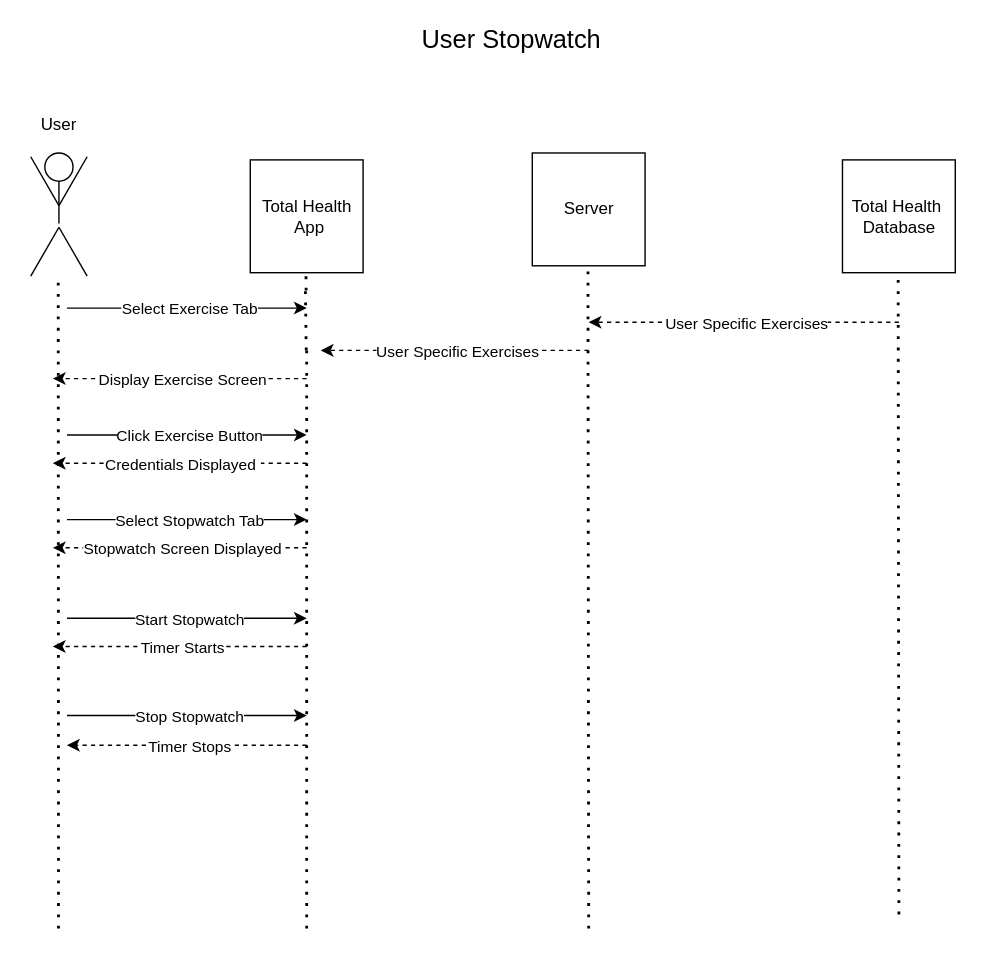
Before: Use Stopwatch FCSD.drawio in Esaied19/Team-Albatross, a draw.io diagram. Source tidied: cells renumbered, new cells numbered last; positions are measured from the earlier drawing's top-left corner, leaving out a move shared by most shapes. Both pictures are drawn from the tidied source at 141%, with x=0, y=0 at pixel (24, 25).
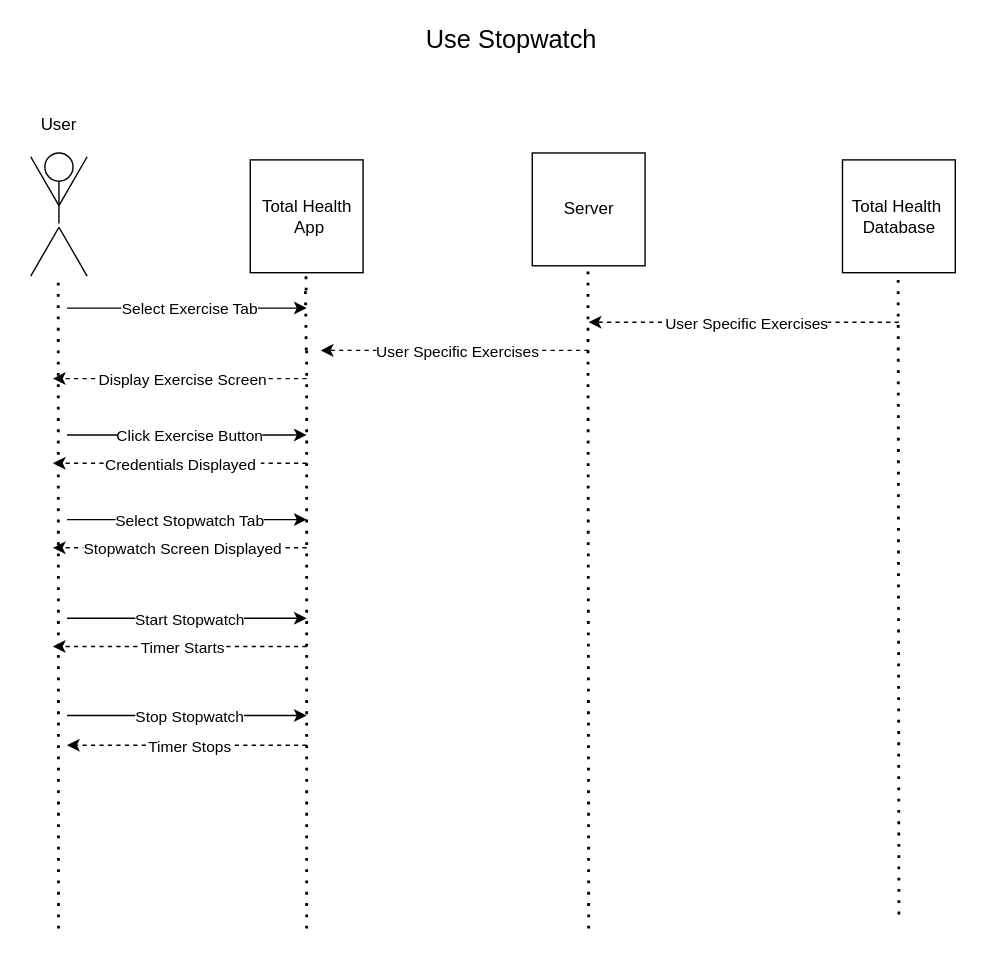
The same page after the edit.

What changed in the source:
```diff
@@
-    <mxCell id="26" value="&lt;font style=&quot;font-size: 18px&quot;&gt;User Stopwatch&lt;/font&gt;" style="text;html=1;align=center;verticalAlign=middle;fillColor=none;strokeColor=none;rounded=0;" parent="1" vertex="1">
+    <mxCell id="26" value="&lt;font style=&quot;font-size: 18px&quot;&gt;Use Stopwatch&lt;/font&gt;" style="text;html=1;align=center;verticalAlign=middle;fillColor=none;strokeColor=none;rounded=0;" parent="1" vertex="1">
       <mxGeometry x="275" width="140" height="20" as="geometry" />
     </mxCell>
```
